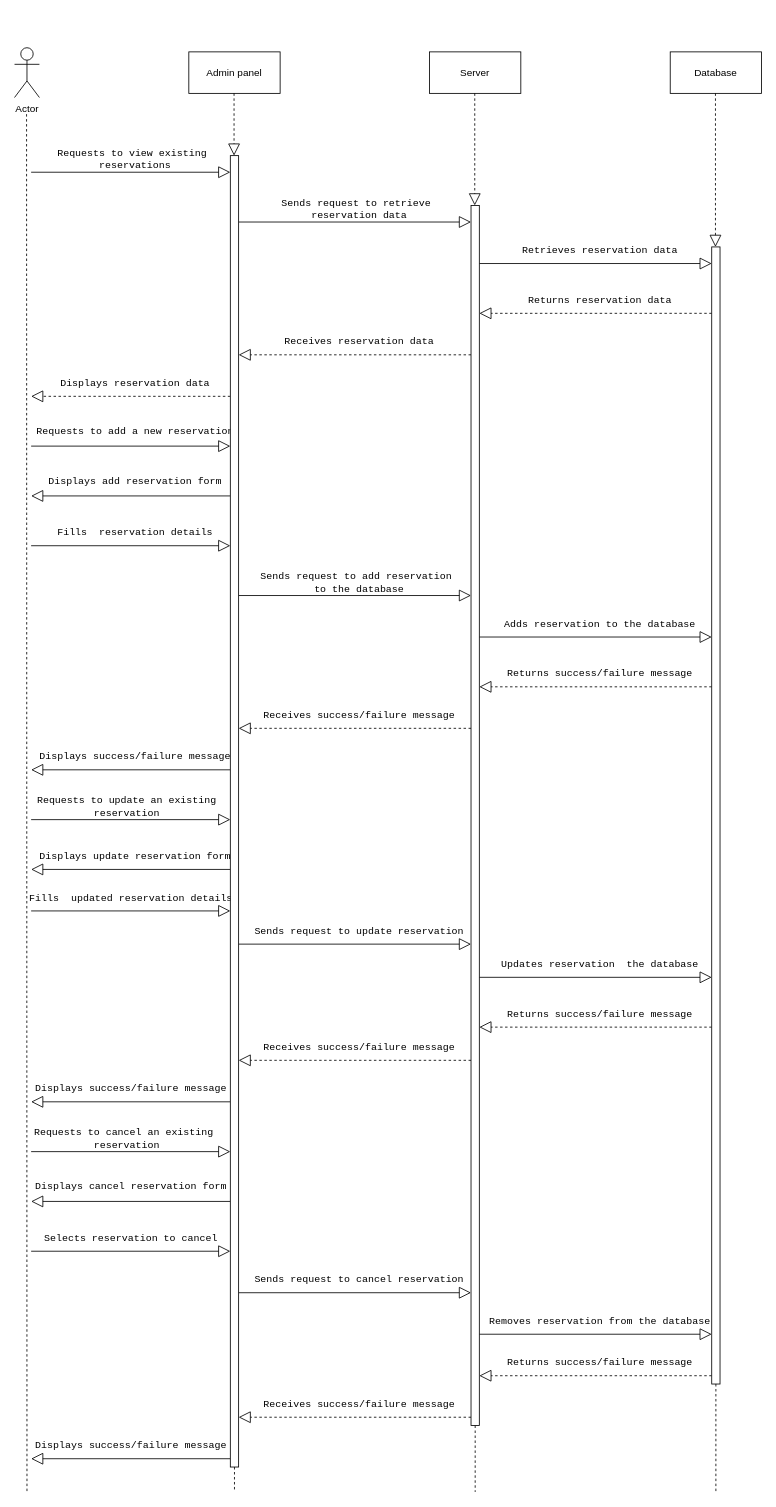
CodeSithum/sequencediagram keeps this draw.io diagram as event management.drawio. Above is the earlier version. Source tidied: cells renumbered, new cells numbered last; positions are measured from the earlier drawing's top-left corner, leaving out a move shared by most shapes. Both pictures are drawn from the tidied source at 83%, with x=0, y=0 at pixel (14, 47).
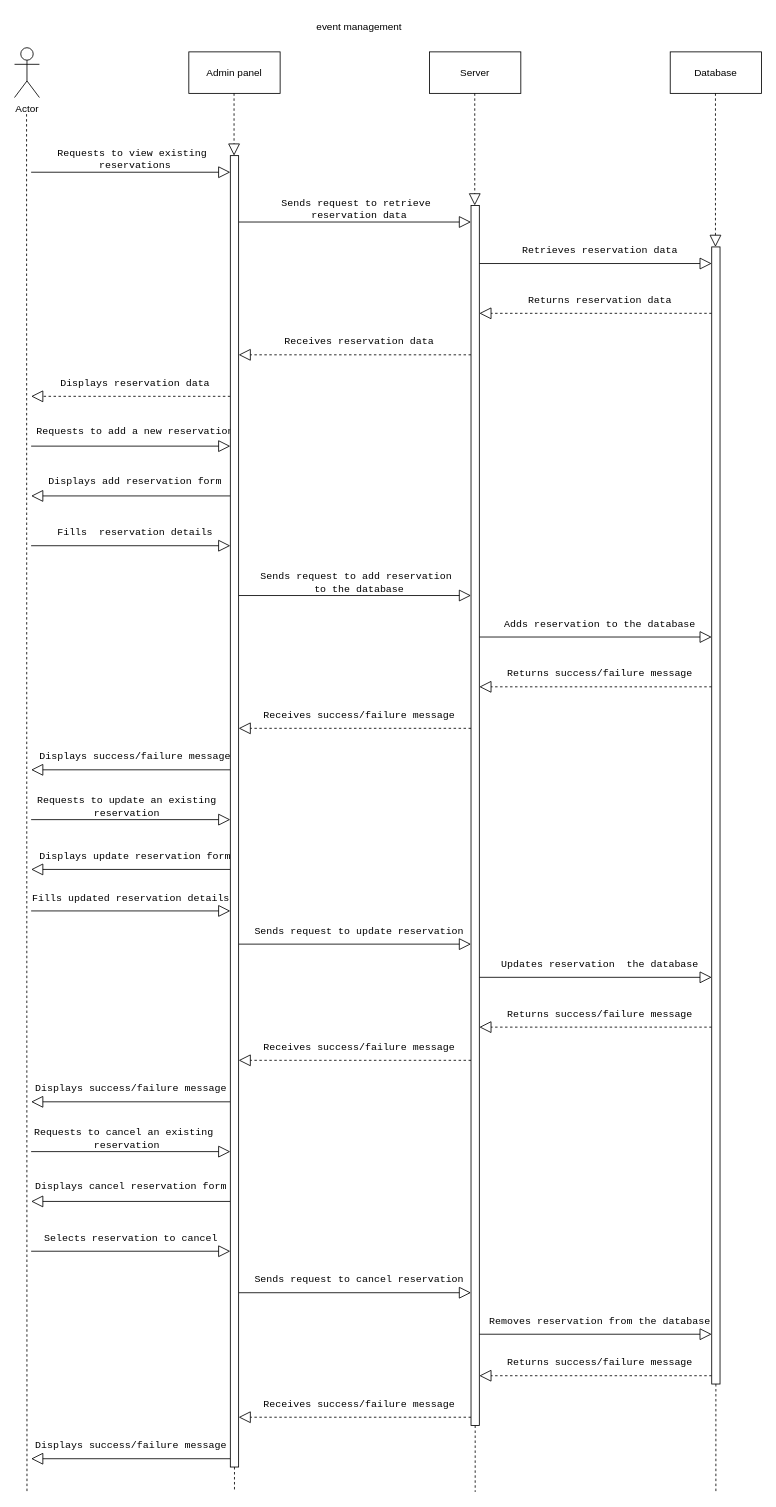
The same diagram, later.

Change to the diagram source:
```diff
@@
-    <mxCell id="26" value="&lt;pre&gt;&lt;code class=&quot;!whitespace-pre hljs language-shell&quot;&gt;Fills  updated reservation details&lt;span class=&quot;bash&quot;&gt;&lt;/span&gt;&lt;/code&gt;&lt;/pre&gt;" style="text;html=1;align=center;verticalAlign=middle;strokeColor=none;fillColor=none;" parent="1" vertex="1">
-      <mxGeometry x="10" y="1000" width="260" height="50" as="geometry" />
+    <mxCell id="26" value="&lt;pre&gt;&lt;code class=&quot;!whitespace-pre hljs language-shell&quot;&gt;Fills updated reservation details&lt;span class=&quot;bash&quot;&gt;&lt;/span&gt;&lt;/code&gt;&lt;/pre&gt;" style="text;html=1;align=center;verticalAlign=middle;strokeColor=none;fillColor=none;" parent="1" vertex="1">
+      <mxGeometry x="15" y="1000" width="250" height="50" as="geometry" />
     </mxCell>
@@
+    <mxCell id="76" value="event management" style="text;html=1;align=center;verticalAlign=middle;strokeColor=none;fillColor=none;" parent="1" vertex="1">
+      <mxGeometry x="350" y="-40" width="130" height="30" as="geometry" />
+    </mxCell>
```
